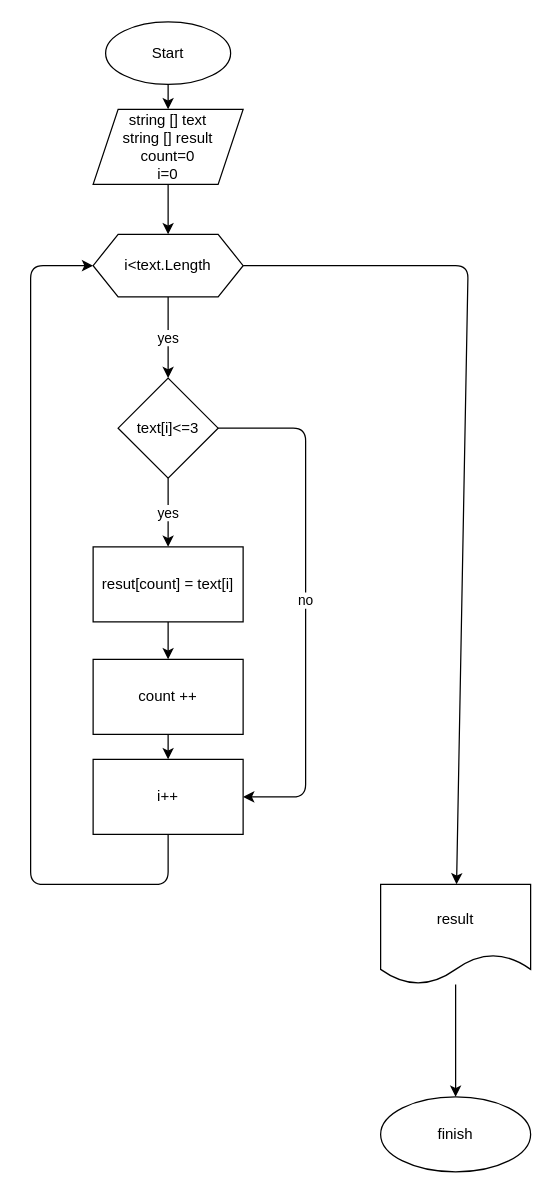
Before: controlnaya/blocks.drawio in elena689/Controlnaya, a draw.io diagram. Source tidied: cells renumbered, new cells numbered last; positions are measured from the earlier drawing's top-left corner, leaving out a move shared by most shapes. Both pictures are drawn from the tidied source at 125%, with x=0, y=0 at pixel (30, 21).
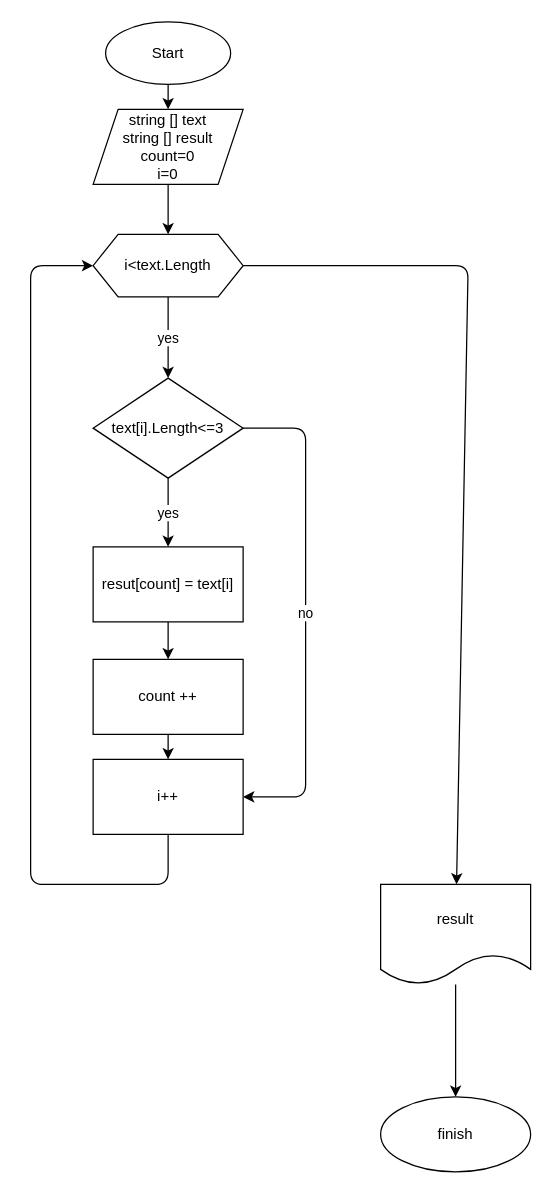
The same page after the edit.

Commit message:
Правки условия в блок-схеме

What changed in the source:
```diff
@@
-    <mxCell id="11" value="text[i]&amp;lt;=3" style="rhombus;whiteSpace=wrap;html=1;" parent="1" vertex="1">
-      <mxGeometry x="70" y="285" width="80" height="80" as="geometry" />
+    <mxCell id="11" value="text[i].Length&amp;lt;=3" style="rhombus;whiteSpace=wrap;html=1;" parent="1" vertex="1">
+      <mxGeometry x="50" y="285" width="120" height="80" as="geometry" />
     </mxCell>
```
